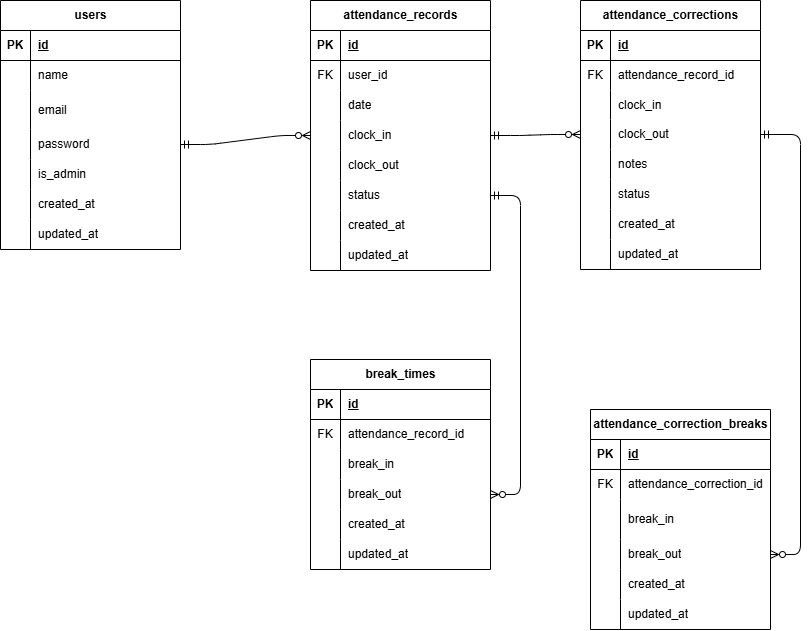
The draw.io diagram ER.drawio.png in Kazuki-Yamaoka/attendance-app, before a commit. Source tidied: cells renumbered, new cells last; positions are measured from the earlier drawing's top-left corner, leaving out a move shared by most shapes.
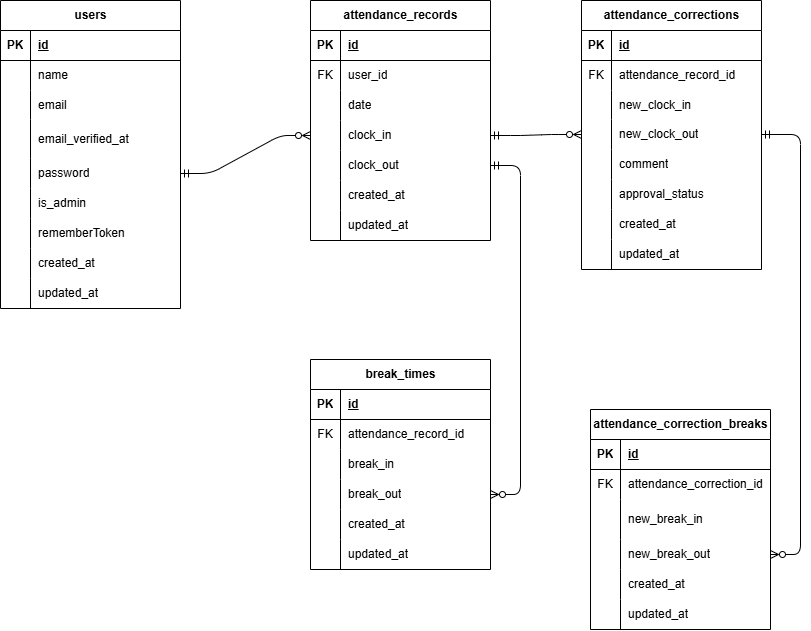
After the commit.

Diff of the diagram source:
```diff
@@ -3,7 +3,7 @@
     <mxCell id="0" />
     <mxCell id="1" parent="0" />
     <mxCell id="2" value="users" style="shape=table;startSize=30;rowLines=0;fontStyle=1;align=center;html=1;" parent="1" vertex="1">
-      <mxGeometry width="180" height="249" as="geometry" />
+      <mxGeometry width="180" height="308" as="geometry" />
     </mxCell>
     <mxCell id="3" style="shape=tableRow;horizontal=0;startSize=0;swimlaneHead=0;swimlaneBody=0;fillColor=none;top=0;left=0;right=0;bottom=1;" parent="2" vertex="1">
       <mxGeometry y="30" width="180" height="30" as="geometry" />
@@ -24,16 +24,25 @@
       <mxGeometry x="30" width="150" height="30" as="geometry" />
     </mxCell>
     <mxCell id="9" style="shape=tableRow;horizontal=0;startSize=0;swimlaneHead=0;swimlaneBody=0;fillColor=none;top=0;left=0;right=0;bottom=0;" parent="2" vertex="1">
-      <mxGeometry y="90" width="180" height="39" as="geometry" />
+      <mxGeometry y="90" width="180" height="29" as="geometry" />
     </mxCell>
     <mxCell id="10" style="shape=partialRectangle;fillColor=none;top=0;left=0;bottom=0;right=0;overflow=hidden;whiteSpace=wrap;html=1;" parent="9" vertex="1">
-      <mxGeometry width="30" height="39" as="geometry" />
+      <mxGeometry width="30" height="29" as="geometry" />
     </mxCell>
     <mxCell id="11" value="email" style="shape=partialRectangle;fillColor=none;top=0;left=0;bottom=0;right=0;align=left;spacingLeft=6;overflow=hidden;whiteSpace=wrap;html=1;" parent="9" vertex="1">
-      <mxGeometry x="30" width="150" height="39" as="geometry" />
+      <mxGeometry x="30" width="150" height="29" as="geometry" />
     </mxCell>
+    <mxCell id="116" style="shape=tableRow;horizontal=0;startSize=0;swimlaneHead=0;swimlaneBody=0;fillColor=none;top=0;left=0;right=0;bottom=0;" parent="2" vertex="1">
+      <mxGeometry y="119" width="180" height="39" as="geometry" />
+    </mxCell>
+    <mxCell id="117" style="shape=partialRectangle;fillColor=none;top=0;left=0;bottom=0;right=0;overflow=hidden;whiteSpace=wrap;html=1;" parent="116" vertex="1">
+      <mxGeometry width="30" height="39" as="geometry" />
+    </mxCell>
+    <mxCell id="118" value="email_verified_at" style="shape=partialRectangle;fillColor=none;top=0;left=0;bottom=0;right=0;align=left;spacingLeft=6;overflow=hidden;whiteSpace=wrap;html=1;" parent="116" vertex="1">
+      <mxGeometry x="30" width="150" height="39" as="geometry" />
+    </mxCell>
     <mxCell id="12" style="shape=tableRow;horizontal=0;startSize=0;swimlaneHead=0;swimlaneBody=0;fillColor=none;points=[[0,0.5],[1,0.5]];portConstraint=eastwest;top=0;left=0;right=0;bottom=0;" parent="2" vertex="1">
-      <mxGeometry y="129" width="180" height="30" as="geometry" />
+      <mxGeometry y="158" width="180" height="30" as="geometry" />
     </mxCell>
     <mxCell id="13" style="shape=partialRectangle;fillColor=none;top=0;left=0;bottom=0;right=0;overflow=hidden;whiteSpace=wrap;html=1;" parent="12" vertex="1">
       <mxGeometry width="30" height="30" as="geometry" />
@@ -42,7 +51,7 @@
       <mxGeometry x="30" width="150" height="30" as="geometry" />
     </mxCell>
     <mxCell id="15" style="shape=tableRow;horizontal=0;startSize=0;swimlaneHead=0;swimlaneBody=0;fillColor=none;top=0;left=0;right=0;bottom=0;" parent="2" vertex="1">
-      <mxGeometry y="159" width="180" height="30" as="geometry" />
+      <mxGeometry y="188" width="180" height="30" as="geometry" />
     </mxCell>
     <mxCell id="16" style="shape=partialRectangle;fillColor=none;top=0;left=0;bottom=0;right=0;overflow=hidden;whiteSpace=wrap;html=1;" parent="15" vertex="1">
       <mxGeometry width="30" height="30" as="geometry" />
@@ -50,8 +59,17 @@
     <mxCell id="17" value="is_admin" style="shape=partialRectangle;fillColor=none;top=0;left=0;bottom=0;right=0;align=left;spacingLeft=6;overflow=hidden;whiteSpace=wrap;html=1;" parent="15" vertex="1">
       <mxGeometry x="30" width="150" height="30" as="geometry" />
     </mxCell>
+    <mxCell id="119" style="shape=tableRow;horizontal=0;startSize=0;swimlaneHead=0;swimlaneBody=0;fillColor=none;top=0;left=0;right=0;bottom=0;" parent="2" vertex="1">
+      <mxGeometry y="218" width="180" height="30" as="geometry" />
+    </mxCell>
+    <mxCell id="41" style="shape=partialRectangle;fillColor=none;top=0;left=0;bottom=0;right=0;overflow=hidden;whiteSpace=wrap;html=1;" parent="119" vertex="1">
+      <mxGeometry width="30" height="30" as="geometry" />
+    </mxCell>
+    <mxCell id="120" value="rememberToken" style="shape=partialRectangle;fillColor=none;top=0;left=0;bottom=0;right=0;align=left;spacingLeft=6;overflow=hidden;whiteSpace=wrap;html=1;" parent="119" vertex="1">
+      <mxGeometry x="30" width="150" height="30" as="geometry" />
+    </mxCell>
     <mxCell id="18" style="shape=tableRow;horizontal=0;startSize=0;swimlaneHead=0;swimlaneBody=0;fillColor=none;top=0;left=0;right=0;bottom=0;" parent="2" vertex="1">
-      <mxGeometry y="189" width="180" height="30" as="geometry" />
+      <mxGeometry y="248" width="180" height="30" as="geometry" />
     </mxCell>
     <mxCell id="19" style="shape=partialRectangle;fillColor=none;top=0;left=0;bottom=0;right=0;overflow=hidden;whiteSpace=wrap;html=1;" parent="18" vertex="1">
       <mxGeometry width="30" height="30" as="geometry" />
@@ -60,7 +78,7 @@
       <mxGeometry x="30" width="150" height="30" as="geometry" />
     </mxCell>
     <mxCell id="21" style="shape=tableRow;horizontal=0;startSize=0;swimlaneHead=0;swimlaneBody=0;fillColor=none;top=0;left=0;right=0;bottom=0;" parent="2" vertex="1">
-      <mxGeometry y="219" width="180" height="30" as="geometry" />
+      <mxGeometry y="278" width="180" height="30" as="geometry" />
     </mxCell>
     <mxCell id="22" style="shape=partialRectangle;fillColor=none;top=0;left=0;bottom=0;right=0;overflow=hidden;whiteSpace=wrap;html=1;" parent="21" vertex="1">
       <mxGeometry width="30" height="30" as="geometry" />
@@ -69,7 +87,7 @@
       <mxGeometry x="30" width="150" height="30" as="geometry" />
     </mxCell>
     <mxCell id="24" value="attendance_records" style="shape=table;startSize=30;rowLines=0;fontStyle=1;align=center;html=1;" parent="1" vertex="1">
-      <mxGeometry x="310" width="180" height="270" as="geometry" />
+      <mxGeometry x="310" width="180" height="240" as="geometry" />
     </mxCell>
     <mxCell id="25" style="shape=tableRow;horizontal=0;startSize=0;swimlaneHead=0;swimlaneBody=0;fillColor=none;top=0;left=0;right=0;bottom=1;" parent="24" vertex="1">
       <mxGeometry y="30" width="180" height="30" as="geometry" />
@@ -116,17 +134,8 @@
     <mxCell id="39" value="clock_out" style="shape=partialRectangle;fillColor=none;top=0;left=0;bottom=0;right=0;align=left;spacingLeft=6;overflow=hidden;whiteSpace=wrap;html=1;" parent="37" vertex="1">
       <mxGeometry x="30" width="150" height="30" as="geometry" />
     </mxCell>
-    <mxCell id="40" style="shape=tableRow;horizontal=0;startSize=0;swimlaneHead=0;swimlaneBody=0;fillColor=none;points=[[0,0.5],[1,0.5]];portConstraint=eastwest;top=0;left=0;right=0;bottom=0;" parent="24" vertex="1">
-      <mxGeometry y="180" width="180" height="30" as="geometry" />
-    </mxCell>
-    <mxCell id="41" style="shape=partialRectangle;fillColor=none;top=0;left=0;bottom=0;right=0;overflow=hidden;whiteSpace=wrap;html=1;" parent="40" vertex="1">
-      <mxGeometry width="30" height="30" as="geometry" />
-    </mxCell>
-    <mxCell id="42" value="status" style="shape=partialRectangle;fillColor=none;top=0;left=0;bottom=0;right=0;align=left;spacingLeft=6;overflow=hidden;whiteSpace=wrap;html=1;" parent="40" vertex="1">
-      <mxGeometry x="30" width="150" height="30" as="geometry" />
-    </mxCell>
     <mxCell id="43" style="shape=tableRow;horizontal=0;startSize=0;swimlaneHead=0;swimlaneBody=0;fillColor=none;top=0;left=0;right=0;bottom=0;" parent="24" vertex="1">
-      <mxGeometry y="210" width="180" height="30" as="geometry" />
+      <mxGeometry y="180" width="180" height="30" as="geometry" />
     </mxCell>
     <mxCell id="44" style="shape=partialRectangle;fillColor=none;top=0;left=0;bottom=0;right=0;overflow=hidden;whiteSpace=wrap;html=1;" parent="43" vertex="1">
       <mxGeometry width="30" height="30" as="geometry" />
@@ -135,7 +144,7 @@
       <mxGeometry x="30" width="150" height="30" as="geometry" />
     </mxCell>
     <mxCell id="46" style="shape=tableRow;horizontal=0;startSize=0;swimlaneHead=0;swimlaneBody=0;fillColor=none;top=0;left=0;right=0;bottom=0;" parent="24" vertex="1">
-      <mxGeometry y="240" width="180" height="30" as="geometry" />
+      <mxGeometry y="210" width="180" height="30" as="geometry" />
     </mxCell>
     <mxCell id="47" style="shape=partialRectangle;fillColor=none;top=0;left=0;bottom=0;right=0;overflow=hidden;whiteSpace=wrap;html=1;" parent="46" vertex="1">
       <mxGeometry width="30" height="30" as="geometry" />
@@ -201,7 +210,7 @@
       <mxGeometry x="30" width="150" height="30" as="geometry" />
     </mxCell>
     <mxCell id="68" value="attendance_corrections" style="shape=table;startSize=30;rowLines=0;fontStyle=1;align=center;html=1;" parent="1" vertex="1">
-      <mxGeometry x="580" width="180" height="269" as="geometry" />
+      <mxGeometry x="581" width="180" height="269" as="geometry" />
     </mxCell>
     <mxCell id="69" style="shape=tableRow;horizontal=0;startSize=0;swimlaneHead=0;swimlaneBody=0;fillColor=none;top=0;left=0;right=0;bottom=1;" parent="68" vertex="1">
       <mxGeometry y="30" width="180" height="30" as="geometry" />
@@ -227,7 +236,7 @@
     <mxCell id="76" style="shape=partialRectangle;fillColor=none;top=0;left=0;bottom=0;right=0;overflow=hidden;whiteSpace=wrap;html=1;" parent="75" vertex="1">
       <mxGeometry width="30" height="29" as="geometry" />
     </mxCell>
-    <mxCell id="77" value="clock_in" style="shape=partialRectangle;fillColor=none;top=0;left=0;bottom=0;right=0;align=left;spacingLeft=6;overflow=hidden;whiteSpace=wrap;html=1;" parent="75" vertex="1">
+    <mxCell id="77" value="new_clock_in" style="shape=partialRectangle;fillColor=none;top=0;left=0;bottom=0;right=0;align=left;spacingLeft=6;overflow=hidden;whiteSpace=wrap;html=1;" parent="75" vertex="1">
       <mxGeometry x="30" width="150" height="29" as="geometry" />
     </mxCell>
     <mxCell id="78" style="shape=tableRow;horizontal=0;startSize=0;swimlaneHead=0;swimlaneBody=0;fillColor=none;points=[[0,0.5],[1,0.5]];portConstraint=eastwest;top=0;left=0;right=0;bottom=0;" parent="68" vertex="1">
@@ -236,7 +245,7 @@
     <mxCell id="79" style="shape=partialRectangle;fillColor=none;top=0;left=0;bottom=0;right=0;overflow=hidden;whiteSpace=wrap;html=1;" parent="78" vertex="1">
       <mxGeometry width="30" height="30" as="geometry" />
     </mxCell>
-    <mxCell id="80" value="clock_out" style="shape=partialRectangle;fillColor=none;top=0;left=0;bottom=0;right=0;align=left;spacingLeft=6;overflow=hidden;whiteSpace=wrap;html=1;" parent="78" vertex="1">
+    <mxCell id="80" value="new_clock_out" style="shape=partialRectangle;fillColor=none;top=0;left=0;bottom=0;right=0;align=left;spacingLeft=6;overflow=hidden;whiteSpace=wrap;html=1;" parent="78" vertex="1">
       <mxGeometry x="30" width="150" height="30" as="geometry" />
     </mxCell>
     <mxCell id="81" style="shape=tableRow;horizontal=0;startSize=0;swimlaneHead=0;swimlaneBody=0;fillColor=none;top=0;left=0;right=0;bottom=0;" parent="68" vertex="1">
@@ -245,7 +254,7 @@
     <mxCell id="82" style="shape=partialRectangle;fillColor=none;top=0;left=0;bottom=0;right=0;overflow=hidden;whiteSpace=wrap;html=1;" parent="81" vertex="1">
       <mxGeometry width="30" height="30" as="geometry" />
     </mxCell>
-    <mxCell id="83" value="notes" style="shape=partialRectangle;fillColor=none;top=0;left=0;bottom=0;right=0;align=left;spacingLeft=6;overflow=hidden;whiteSpace=wrap;html=1;" parent="81" vertex="1">
+    <mxCell id="83" value="comment" style="shape=partialRectangle;fillColor=none;top=0;left=0;bottom=0;right=0;align=left;spacingLeft=6;overflow=hidden;whiteSpace=wrap;html=1;" parent="81" vertex="1">
       <mxGeometry x="30" width="150" height="30" as="geometry" />
     </mxCell>
     <mxCell id="84" style="shape=tableRow;horizontal=0;startSize=0;swimlaneHead=0;swimlaneBody=0;fillColor=none;top=0;left=0;right=0;bottom=0;" parent="68" vertex="1">
@@ -254,7 +263,7 @@
     <mxCell id="85" style="shape=partialRectangle;fillColor=none;top=0;left=0;bottom=0;right=0;overflow=hidden;whiteSpace=wrap;html=1;" parent="84" vertex="1">
       <mxGeometry width="30" height="30" as="geometry" />
     </mxCell>
-    <mxCell id="86" value="status" style="shape=partialRectangle;fillColor=none;top=0;left=0;bottom=0;right=0;align=left;spacingLeft=6;overflow=hidden;whiteSpace=wrap;html=1;" parent="84" vertex="1">
+    <mxCell id="86" value="approval_status" style="shape=partialRectangle;fillColor=none;top=0;left=0;bottom=0;right=0;align=left;spacingLeft=6;overflow=hidden;whiteSpace=wrap;html=1;" parent="84" vertex="1">
       <mxGeometry x="30" width="150" height="30" as="geometry" />
     </mxCell>
     <mxCell id="87" style="shape=tableRow;horizontal=0;startSize=0;swimlaneHead=0;swimlaneBody=0;fillColor=none;top=0;left=0;right=0;bottom=0;" parent="68" vertex="1">
@@ -278,7 +287,7 @@
     <mxCell id="93" style="edgeStyle=entityRelationEdgeStyle;fontSize=12;html=1;endArrow=ERzeroToMany;startArrow=ERmandOne;startFill=0;endFill=0;" parent="1" edge="1" source="12" target="34">
       <mxGeometry relative="1" as="geometry" />
     </mxCell>
-    <mxCell id="94" style="edgeStyle=entityRelationEdgeStyle;fontSize=12;html=1;endArrow=ERzeroToMany;startArrow=ERmandOne;startFill=0;endFill=0;" parent="1" edge="1" source="40" target="59">
+    <mxCell id="94" style="edgeStyle=entityRelationEdgeStyle;fontSize=12;html=1;endArrow=ERzeroToMany;startArrow=ERmandOne;startFill=0;endFill=0;" parent="1" edge="1" source="x" target="59">
       <mxGeometry relative="1" as="geometry" />
     </mxCell>
     <mxCell id="95" value="attendance_correction_breaks" style="shape=table;startSize=30;rowLines=0;fontStyle=1;align=center;html=1;" parent="1" vertex="1">
@@ -308,7 +317,7 @@
     <mxCell id="103" style="shape=partialRectangle;fillColor=none;top=0;left=0;bottom=0;right=0;overflow=hidden;whiteSpace=wrap;html=1;" parent="102" vertex="1">
       <mxGeometry width="30" height="40" as="geometry" />
     </mxCell>
-    <mxCell id="104" value="break_in" style="shape=partialRectangle;fillColor=none;top=0;left=0;bottom=0;right=0;align=left;spacingLeft=6;overflow=hidden;whiteSpace=wrap;html=1;" parent="102" vertex="1">
+    <mxCell id="104" value="new_break_in" style="shape=partialRectangle;fillColor=none;top=0;left=0;bottom=0;right=0;align=left;spacingLeft=6;overflow=hidden;whiteSpace=wrap;html=1;" parent="102" vertex="1">
       <mxGeometry x="30" width="150" height="40" as="geometry" />
     </mxCell>
     <mxCell id="105" style="shape=tableRow;horizontal=0;startSize=0;swimlaneHead=0;swimlaneBody=0;fillColor=none;points=[[0,0.5],[1,0.5]];portConstraint=eastwest;top=0;left=0;right=0;bottom=0;" parent="95" vertex="1">
@@ -317,7 +326,7 @@
     <mxCell id="106" style="shape=partialRectangle;fillColor=none;top=0;left=0;bottom=0;right=0;overflow=hidden;whiteSpace=wrap;html=1;" parent="105" vertex="1">
       <mxGeometry width="30" height="30" as="geometry" />
     </mxCell>
-    <mxCell id="107" value="break_out" style="shape=partialRectangle;fillColor=none;top=0;left=0;bottom=0;right=0;align=left;spacingLeft=6;overflow=hidden;whiteSpace=wrap;html=1;" parent="105" vertex="1">
+    <mxCell id="107" value="new_break_out" style="shape=partialRectangle;fillColor=none;top=0;left=0;bottom=0;right=0;align=left;spacingLeft=6;overflow=hidden;whiteSpace=wrap;html=1;" parent="105" vertex="1">
       <mxGeometry x="30" width="150" height="30" as="geometry" />
     </mxCell>
     <mxCell id="108" style="shape=tableRow;horizontal=0;startSize=0;swimlaneHead=0;swimlaneBody=0;fillColor=none;top=0;left=0;right=0;bottom=0;" parent="95" vertex="1">
@@ -344,5 +353,8 @@
     <mxCell id="115" style="edgeStyle=entityRelationEdgeStyle;fontSize=12;html=1;endArrow=ERzeroToMany;startArrow=ERmandOne;endFill=0;startFill=0;" parent="1" edge="1" source="34" target="78">
       <mxGeometry relative="1" as="geometry" />
     </mxCell>
+    <mxCell id="121" style="edgeStyle=entityRelationEdgeStyle;fontSize=12;html=1;endArrow=ERzeroToMany;startArrow=ERmandOne;endFill=0;startFill=0;" parent="1" edge="1" source="37" target="59">
+      <mxGeometry x="0.12" relative="1" as="geometry" />
+    </mxCell>
   </root>
 </mxGraphModel>
```
